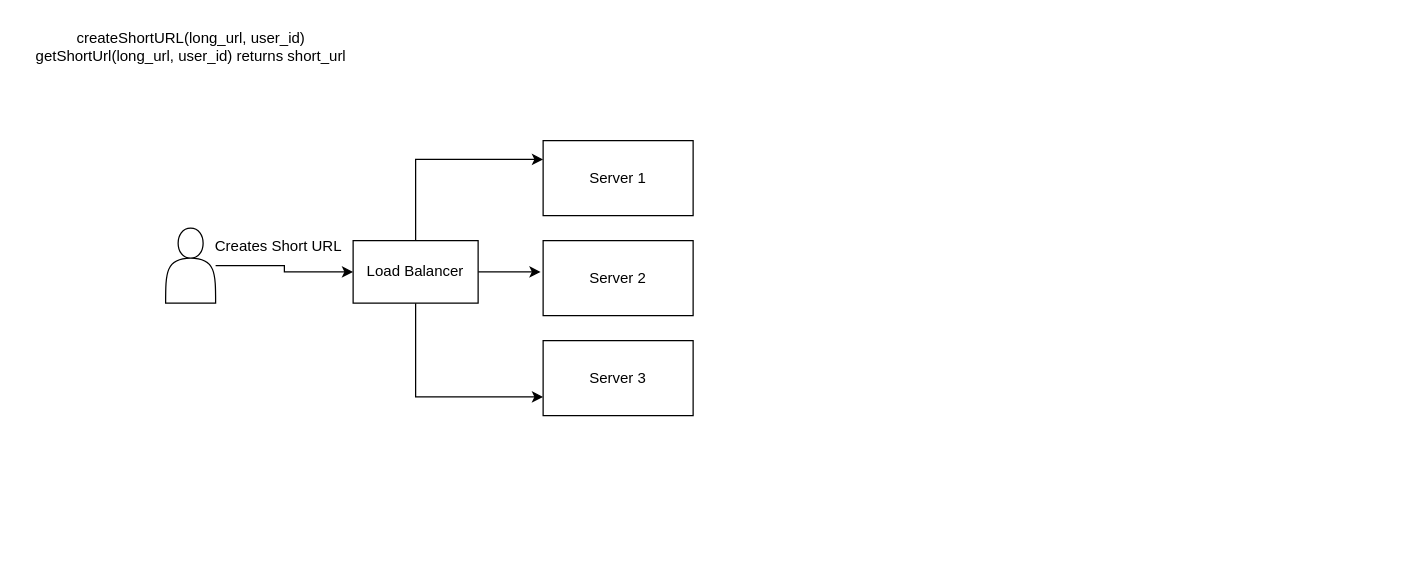
Earlier version of the draw.io diagram TinyUrl.drawio (tarjaneed/system-design). Source tidied: cells renumbered, new cells numbered last; positions are measured from the earlier drawing's top-left corner, leaving out a move shared by most shapes. Both pictures are drawn from the tidied source at 125%, with x=0, y=0 at pixel (21, 21).
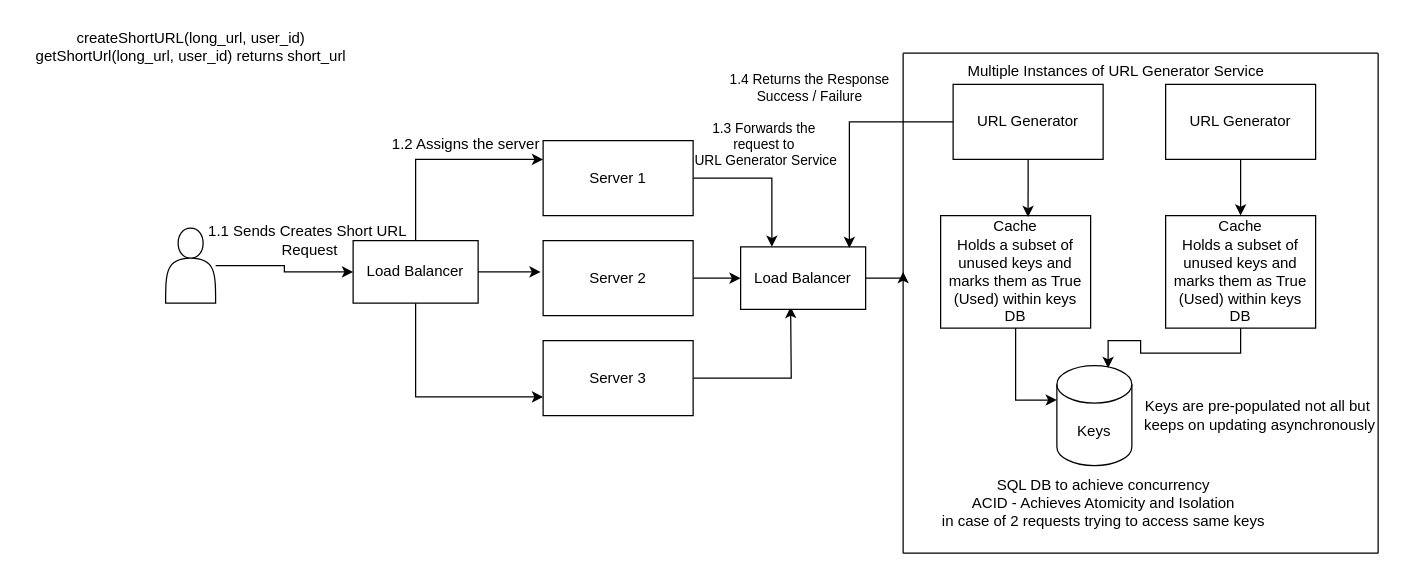
After the change.

Unchanged cells that the change refers to:
```xml
<mxCell id="4" value="Server 1" style="rounded=0;whiteSpace=wrap;html=1;" parent="1" vertex="1">
  <mxGeometry x="417" y="95" width="120" height="60" as="geometry" />
</mxCell>
<mxCell id="5" value="Server 2" style="rounded=0;whiteSpace=wrap;html=1;" parent="1" vertex="1">
  <mxGeometry x="417" y="175" width="120" height="60" as="geometry" />
</mxCell>
<mxCell id="6" value="Server 3" style="rounded=0;whiteSpace=wrap;html=1;" parent="1" vertex="1">
  <mxGeometry x="417" y="255" width="120" height="60" as="geometry" />
</mxCell>
```

The edit, as a diff of the source:
```diff
@@
+    <mxCell id="13" style="edgeStyle=orthogonalEdgeStyle;rounded=0;jettySize=auto;html=1;exitX=1;exitY=0.5;exitDx=0;exitDy=0;entryX=0.25;entryY=0;entryDx=0;entryDy=0;" parent="1" edge="1" source="4" target="31">
+      <mxGeometry relative="1" as="geometry" />
+    </mxCell>
@@
+    <mxCell id="14" style="edgeStyle=orthogonalEdgeStyle;rounded=0;jettySize=auto;html=1;exitX=1;exitY=0.5;exitDx=0;exitDy=0;entryX=0;entryY=0.5;entryDx=0;entryDy=0;" parent="1" edge="1" source="5" target="31">
+      <mxGeometry relative="1" as="geometry" />
+    </mxCell>
@@
+    <mxCell id="15" style="edgeStyle=orthogonalEdgeStyle;rounded=0;jettySize=auto;html=1;exitX=1;exitY=0.5;exitDx=0;exitDy=0;" parent="1" edge="1" source="6">
+      <mxGeometry relative="1" as="geometry">
+        <mxPoint x="615" y="228" as="targetPoint" />
+      </mxGeometry>
+    </mxCell>
@@
-    <mxCell id="11" value="Creates Short URL" style="text;html=1;align=center;verticalAlign=middle;strokeColor=none;fillColor=none;" parent="1" vertex="1">
-      <mxGeometry x="145" y="165" width="120" height="30" as="geometry" />
+    <mxCell id="11" value="1.1 Sends Creates Short URL&amp;nbsp;&lt;div&gt;Request&lt;/div&gt;" style="text;html=1;align=center;verticalAlign=middle;strokeColor=none;fillColor=none;" parent="1" vertex="1">
+      <mxGeometry x="135" y="155" width="190" height="40" as="geometry" />
     </mxCell>
@@
+    <mxCell id="16" value="URL Generator" style="rounded=0;whiteSpace=wrap;html=1;" parent="1" vertex="1">
+      <mxGeometry x="745" y="50" width="120" height="60" as="geometry" />
+    </mxCell>
+    <mxCell id="17" style="edgeStyle=orthogonalEdgeStyle;rounded=0;jettySize=auto;html=1;exitX=0.5;exitY=1;exitDx=0;exitDy=0;entryX=0.5;entryY=0;entryDx=0;entryDy=0;" parent="1" edge="1" source="18" target="23">
+      <mxGeometry relative="1" as="geometry" />
+    </mxCell>
+    <mxCell id="18" value="URL Generator" style="rounded=0;whiteSpace=wrap;html=1;" parent="1" vertex="1">
+      <mxGeometry x="915" y="50" width="120" height="60" as="geometry" />
+    </mxCell>
+    <mxCell id="19" value="Keys" style="shape=cylinder3;whiteSpace=wrap;html=1;boundedLbl=1;backgroundOutline=1;size=15;" parent="1" vertex="1">
+      <mxGeometry x="828" y="275" width="60" height="80" as="geometry" />
+    </mxCell>
+    <mxCell id="20" value="SQL DB to achieve concurrency&lt;div&gt;ACID - Achieves Atomicity and Isolation&lt;/div&gt;&lt;div&gt;in case of 2 requests trying to access same keys&lt;/div&gt;" style="text;html=1;align=center;verticalAlign=middle;strokeColor=none;fillColor=none;" parent="1" vertex="1">
+      <mxGeometry x="725" y="355" width="280" height="60" as="geometry" />
+    </mxCell>
+    <mxCell id="21" value="Keys are pre-populated not all but&amp;nbsp;&lt;div&gt;keeps on updating asynchronously&lt;/div&gt;" style="text;html=1;align=center;verticalAlign=middle;strokeColor=none;fillColor=none;" parent="1" vertex="1">
+      <mxGeometry x="885" y="295" width="210" height="40" as="geometry" />
+    </mxCell>
+    <mxCell id="22" value="Cache&lt;div&gt;Holds a subset of unused keys and marks them as True (Used) within keys DB&lt;/div&gt;" style="rounded=0;whiteSpace=wrap;html=1;" parent="1" vertex="1">
+      <mxGeometry x="735" y="155" width="120" height="90" as="geometry" />
+    </mxCell>
+    <mxCell id="23" value="Cache&lt;div&gt;Holds a subset of unused keys and marks them as True (Used) within keys DB&lt;/div&gt;" style="rounded=0;whiteSpace=wrap;html=1;" parent="1" vertex="1">
+      <mxGeometry x="915" y="155" width="120" height="90" as="geometry" />
+    </mxCell>
+    <mxCell id="24" style="edgeStyle=orthogonalEdgeStyle;rounded=0;jettySize=auto;html=1;exitX=0.5;exitY=1;exitDx=0;exitDy=0;entryX=0.583;entryY=0.013;entryDx=0;entryDy=0;entryPerimeter=0;" parent="1" edge="1" source="16" target="22">
+      <mxGeometry relative="1" as="geometry" />
+    </mxCell>
+    <mxCell id="25" style="edgeStyle=orthogonalEdgeStyle;rounded=0;jettySize=auto;html=1;exitX=0.5;exitY=1;exitDx=0;exitDy=0;entryX=0;entryY=0;entryDx=0;entryDy=27.5;entryPerimeter=0;" parent="1" edge="1" source="22" target="19">
+      <mxGeometry relative="1" as="geometry" />
+    </mxCell>
+    <mxCell id="26" style="edgeStyle=orthogonalEdgeStyle;rounded=0;jettySize=auto;html=1;exitX=0.5;exitY=1;exitDx=0;exitDy=0;entryX=0.683;entryY=0.025;entryDx=0;entryDy=0;entryPerimeter=0;" parent="1" edge="1" source="23" target="19">
+      <mxGeometry relative="1" as="geometry" />
+    </mxCell>
+    <mxCell id="27" style="endArrow=none;html=1;rounded=0;" parent="1" edge="1">
+      <mxGeometry relative="1" as="geometry">
+        <mxPoint x="705" y="425" as="sourcePoint" />
+        <mxPoint x="1085" y="425" as="targetPoint" />
+      </mxGeometry>
+    </mxCell>
+    <mxCell id="28" style="endArrow=none;html=1;rounded=0;" parent="1" edge="1">
+      <mxGeometry relative="1" as="geometry">
+        <mxPoint x="705" y="425" as="sourcePoint" />
+        <mxPoint x="705" y="25" as="targetPoint" />
+      </mxGeometry>
+    </mxCell>
+    <mxCell id="29" style="endArrow=none;html=1;rounded=0;" parent="1" edge="1">
+      <mxGeometry relative="1" as="geometry">
+        <mxPoint x="1085" y="425" as="sourcePoint" />
+        <mxPoint x="1085" y="25" as="targetPoint" />
+      </mxGeometry>
+    </mxCell>
+    <mxCell id="30" style="edgeStyle=orthogonalEdgeStyle;rounded=0;jettySize=auto;html=1;exitX=1;exitY=0.5;exitDx=0;exitDy=0;" parent="1" edge="1" source="31">
+      <mxGeometry relative="1" as="geometry">
+        <mxPoint x="705" y="200" as="targetPoint" />
+      </mxGeometry>
+    </mxCell>
+    <mxCell id="31" value="Load Balancer" style="rounded=0;whiteSpace=wrap;html=1;" parent="1" vertex="1">
+      <mxGeometry x="575" y="180" width="100" height="50" as="geometry" />
+    </mxCell>
+    <mxCell id="32" style="endArrow=none;html=1;rounded=0;" parent="1" edge="1">
+      <mxGeometry relative="1" as="geometry">
+        <mxPoint x="705" y="25" as="sourcePoint" />
+        <mxPoint x="1085" y="25" as="targetPoint" />
+      </mxGeometry>
+    </mxCell>
+    <mxCell id="33" value="Multiple Instances of URL Generator Service" style="text;html=1;align=center;verticalAlign=middle;strokeColor=none;fillColor=none;" parent="1" vertex="1">
+      <mxGeometry x="745" y="25" width="260" height="30" as="geometry" />
+    </mxCell>
+    <mxCell id="34" value="1.2 Assigns the server" style="text;html=1;align=center;verticalAlign=middle;strokeColor=none;fillColor=none;" parent="1" vertex="1">
+      <mxGeometry x="285" y="83" width="140" height="30" as="geometry" />
+    </mxCell>
+    <mxCell id="35" value="1.3 Forwards the&amp;nbsp;&lt;div style=&quot;font-size: 11px;&quot;&gt;request to&amp;nbsp;&lt;/div&gt;&lt;div style=&quot;font-size: 11px;&quot;&gt;URL Generator Service&lt;/div&gt;" style="text;html=1;align=center;verticalAlign=middle;strokeColor=none;fillColor=none;fontSize=11;" parent="1" vertex="1">
+      <mxGeometry x="525" y="73" width="140" height="50" as="geometry" />
+    </mxCell>
+    <mxCell id="36" style="edgeStyle=orthogonalEdgeStyle;rounded=0;jettySize=auto;html=1;exitX=0;exitY=0.5;exitDx=0;exitDy=0;entryX=0.87;entryY=0.02;entryDx=0;entryDy=0;entryPerimeter=0;" parent="1" edge="1" source="16" target="31">
+      <mxGeometry relative="1" as="geometry" />
+    </mxCell>
+    <mxCell id="37" value="1.4 Returns the Response&lt;div&gt;Success / Failure&lt;/div&gt;" style="text;html=1;align=center;verticalAlign=middle;strokeColor=none;fillColor=none;fontSize=11;" parent="1" vertex="1">
+      <mxGeometry x="555" y="33" width="150" height="40" as="geometry" />
+    </mxCell>
```
